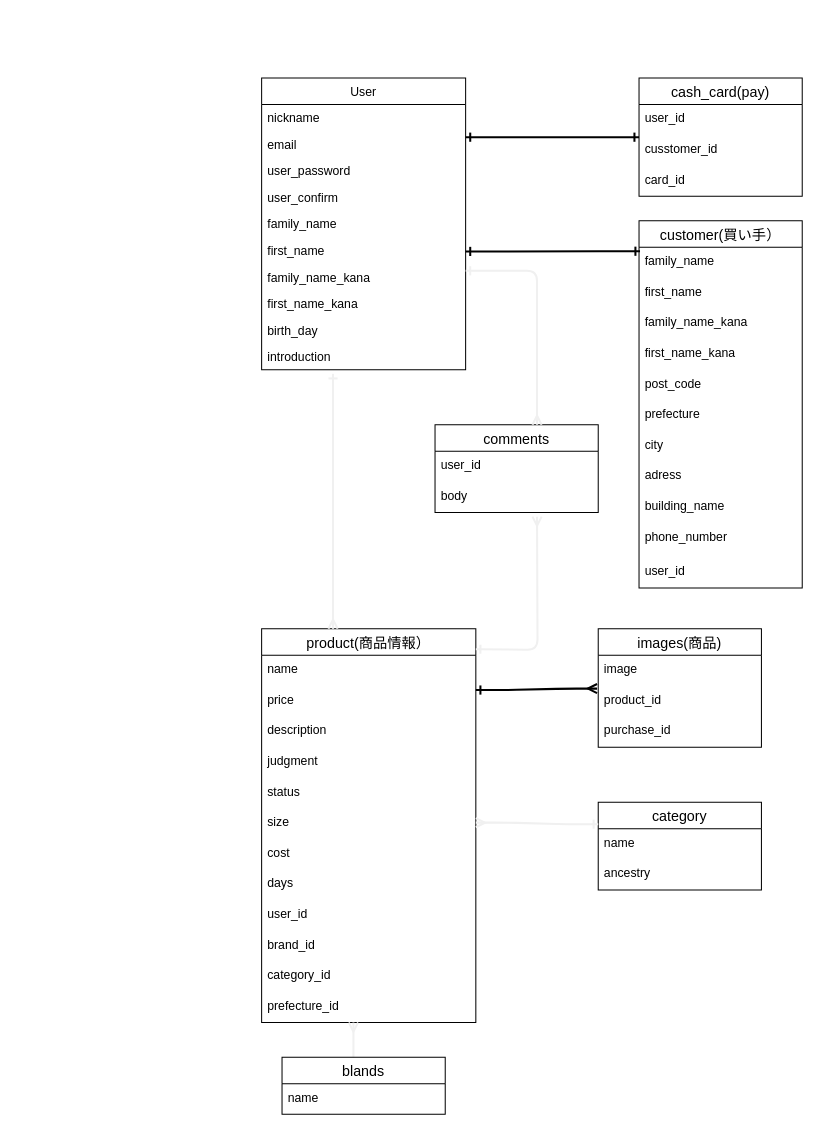
The draw.io diagram ER.dio in atsushi514/furima-32342, before the edit. Source tidied: cells renumbered, new cells numbered last; positions are measured from the earlier drawing's top-left corner, leaving out a move shared by most shapes. Both pictures are drawn from the tidied source at 102%, with x=0, y=0 at pixel (261, 78).
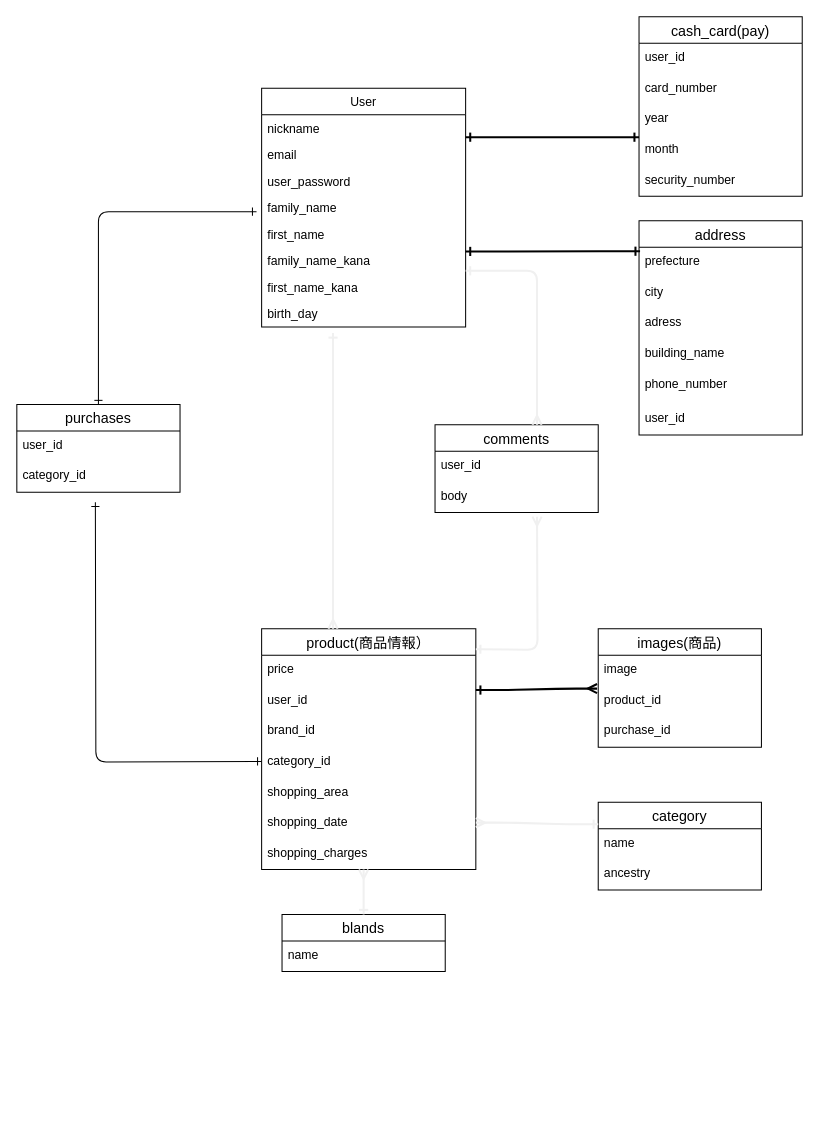
After the change.

Commit message (it also covers changes not shown here):
データベース設計変更

The edit, as a diff of the source:
```diff
@@
     <mxCell id="2" value="User" style="swimlane;fontStyle=0;horizontal=1;startSize=26;fillColor=none;" parent="1" vertex="1">
-      <mxGeometry width="200" height="286" as="geometry" />
+      <mxGeometry y="10" width="200" height="234" as="geometry" />
     </mxCell>
@@
-    <mxCell id="6" value="user_confirm&#10;" style="text;strokeColor=none;fillColor=none;align=left;verticalAlign=top;spacingLeft=4;spacingRight=4;overflow=hidden;" parent="2" vertex="1">
-      <mxGeometry y="104" width="200" height="26" as="geometry" />
-    </mxCell>
     <mxCell id="7" value="family_name" style="text;strokeColor=none;fillColor=none;align=left;verticalAlign=top;spacingLeft=4;spacingRight=4;overflow=hidden;" parent="2" vertex="1">
-      <mxGeometry y="130" width="200" height="26" as="geometry" />
+      <mxGeometry y="104" width="200" height="26" as="geometry" />
     </mxCell>
     <mxCell id="8" value="first_name" style="text;strokeColor=none;fillColor=none;align=left;verticalAlign=top;spacingLeft=4;spacingRight=4;overflow=hidden;" parent="2" vertex="1">
-      <mxGeometry y="156" width="200" height="26" as="geometry" />
+      <mxGeometry y="130" width="200" height="26" as="geometry" />
     </mxCell>
     <mxCell id="9" value="family_name_kana" style="text;strokeColor=none;fillColor=none;align=left;verticalAlign=top;spacingLeft=4;spacingRight=4;overflow=hidden;" parent="2" vertex="1">
-      <mxGeometry y="182" width="200" height="26" as="geometry" />
+      <mxGeometry y="156" width="200" height="26" as="geometry" />
     </mxCell>
     <mxCell id="10" value="first_name_kana" style="text;strokeColor=none;fillColor=none;align=left;verticalAlign=top;spacingLeft=4;spacingRight=4;overflow=hidden;" parent="2" vertex="1">
-      <mxGeometry y="208" width="200" height="26" as="geometry" />
+      <mxGeometry y="182" width="200" height="26" as="geometry" />
     </mxCell>
     <mxCell id="11" value="birth_day" style="text;strokeColor=none;fillColor=none;align=left;verticalAlign=top;spacingLeft=4;spacingRight=4;overflow=hidden;" parent="2" vertex="1">
-      <mxGeometry y="234" width="200" height="26" as="geometry" />
+      <mxGeometry y="208" width="200" height="26" as="geometry" />
     </mxCell>
-    <mxCell id="12" value="introduction" style="text;strokeColor=none;fillColor=none;align=left;verticalAlign=top;spacingLeft=4;spacingRight=4;overflow=hidden;" parent="2" vertex="1">
-      <mxGeometry y="260" width="200" height="26" as="geometry" />
-    </mxCell>
     <mxCell id="13" value="cash_card(pay)" style="swimlane;fontStyle=0;horizontal=1;startSize=26;align=center;fontSize=14;" parent="1" vertex="1">
-      <mxGeometry x="370" width="160" height="116" as="geometry" />
+      <mxGeometry x="370" y="-60" width="160" height="176" as="geometry" />
     </mxCell>
@@
-    <mxCell id="15" value="cusstomer_id" style="text;strokeColor=none;fillColor=none;spacingLeft=4;spacingRight=4;overflow=hidden;fontSize=12;" parent="13" vertex="1">
+    <mxCell id="15" value="card_number" style="text;strokeColor=none;fillColor=none;spacingLeft=4;spacingRight=4;overflow=hidden;fontSize=12;" parent="13" vertex="1">
       <mxGeometry y="56" width="160" height="30" as="geometry" />
     </mxCell>
-    <mxCell id="16" value="card_id" style="text;strokeColor=none;fillColor=none;spacingLeft=4;spacingRight=4;overflow=hidden;fontSize=12;" parent="13" vertex="1">
+    <mxCell id="16" value="year" style="text;strokeColor=none;fillColor=none;spacingLeft=4;spacingRight=4;overflow=hidden;fontSize=12;" parent="13" vertex="1">
       <mxGeometry y="86" width="160" height="30" as="geometry" />
     </mxCell>
+    <mxCell id="62" value="month" style="text;strokeColor=none;fillColor=none;spacingLeft=4;spacingRight=4;overflow=hidden;fontSize=12;" parent="13" vertex="1">
+      <mxGeometry y="116" width="160" height="30" as="geometry" />
+    </mxCell>
+    <mxCell id="63" value="security_number" style="text;strokeColor=none;fillColor=none;spacingLeft=4;spacingRight=4;overflow=hidden;fontSize=12;" parent="13" vertex="1">
+      <mxGeometry y="146" width="160" height="30" as="geometry" />
+    </mxCell>
@@
     <mxCell id="18" value="product(商品情報）" style="swimlane;fontStyle=0;horizontal=1;startSize=26;align=center;fontSize=14;" parent="1" vertex="1">
-      <mxGeometry y="540" width="210" height="386" as="geometry" />
+      <mxGeometry y="540" width="210" height="236" as="geometry" />
     </mxCell>
-    <mxCell id="19" value="name" style="text;strokeColor=none;fillColor=none;spacingLeft=4;spacingRight=4;overflow=hidden;fontSize=12;" parent="18" vertex="1">
-      <mxGeometry y="26" width="210" height="30" as="geometry" />
-    </mxCell>
     <mxCell id="20" value="price" style="text;strokeColor=none;fillColor=none;spacingLeft=4;spacingRight=4;overflow=hidden;fontSize=12;" parent="18" vertex="1">
-      <mxGeometry y="56" width="210" height="30" as="geometry" />
+      <mxGeometry y="26" width="210" height="30" as="geometry" />
     </mxCell>
-    <mxCell id="21" value="description" style="text;strokeColor=none;fillColor=none;spacingLeft=4;spacingRight=4;overflow=hidden;fontSize=12;" parent="18" vertex="1">
-      <mxGeometry y="86" width="210" height="30" as="geometry" />
-    </mxCell>
-    <mxCell id="22" value="judgment" style="text;strokeColor=none;fillColor=none;spacingLeft=4;spacingRight=4;overflow=hidden;fontSize=12;" parent="18" vertex="1">
-      <mxGeometry y="116" width="210" height="30" as="geometry" />
-    </mxCell>
-    <mxCell id="23" value="status" style="text;strokeColor=none;fillColor=none;spacingLeft=4;spacingRight=4;overflow=hidden;fontSize=12;" parent="18" vertex="1">
-      <mxGeometry y="146" width="210" height="30" as="geometry" />
-    </mxCell>
-    <mxCell id="24" value="size" style="text;strokeColor=none;fillColor=none;spacingLeft=4;spacingRight=4;overflow=hidden;fontSize=12;" parent="18" vertex="1">
-      <mxGeometry y="176" width="210" height="30" as="geometry" />
-    </mxCell>
-    <mxCell id="25" value="cost" style="text;strokeColor=none;fillColor=none;spacingLeft=4;spacingRight=4;overflow=hidden;fontSize=12;" parent="18" vertex="1">
-      <mxGeometry y="206" width="210" height="30" as="geometry" />
-    </mxCell>
-    <mxCell id="26" value="days" style="text;strokeColor=none;fillColor=none;spacingLeft=4;spacingRight=4;overflow=hidden;fontSize=12;" parent="18" vertex="1">
-      <mxGeometry y="236" width="210" height="30" as="geometry" />
-    </mxCell>
     <mxCell id="27" value="user_id" style="text;strokeColor=none;fillColor=none;spacingLeft=4;spacingRight=4;overflow=hidden;fontSize=12;" parent="18" vertex="1">
-      <mxGeometry y="266" width="210" height="30" as="geometry" />
+      <mxGeometry y="56" width="210" height="30" as="geometry" />
     </mxCell>
     <mxCell id="28" value="brand_id" style="text;strokeColor=none;fillColor=none;spacingLeft=4;spacingRight=4;overflow=hidden;fontSize=12;" parent="18" vertex="1">
-      <mxGeometry y="296" width="210" height="30" as="geometry" />
+      <mxGeometry y="86" width="210" height="30" as="geometry" />
     </mxCell>
     <mxCell id="29" value="category_id" style="text;strokeColor=none;fillColor=none;spacingLeft=4;spacingRight=4;overflow=hidden;fontSize=12;" parent="18" vertex="1">
-      <mxGeometry y="326" width="210" height="30" as="geometry" />
+      <mxGeometry y="116" width="210" height="30" as="geometry" />
     </mxCell>
-    <mxCell id="30" value="prefecture_id" style="text;strokeColor=none;fillColor=none;spacingLeft=4;spacingRight=4;overflow=hidden;fontSize=12;" parent="18" vertex="1">
-      <mxGeometry y="356" width="210" height="30" as="geometry" />
+    <mxCell id="30" value="shopping_area" style="text;strokeColor=none;fillColor=none;spacingLeft=4;spacingRight=4;overflow=hidden;fontSize=12;" parent="18" vertex="1">
+      <mxGeometry y="146" width="210" height="30" as="geometry" />
     </mxCell>
-    <mxCell id="31" style="fontSize=12;html=1;endArrow=ERmany;strokeColor=#f0f0f0;strokeWidth=2;startArrow=ERone;startFill=0;endFill=0;" parent="18" edge="1">
-      <mxGeometry relative="1" as="geometry">
-        <mxPoint x="90" y="430" as="sourcePoint" />
-        <mxPoint x="90" y="386" as="targetPoint" />
-        <Array as="points">
-          <mxPoint x="90" y="386" />
-        </Array>
-      </mxGeometry>
-    </mxCell>
+    <mxCell id="64" value="shopping_date" style="text;strokeColor=none;fillColor=none;spacingLeft=4;spacingRight=4;overflow=hidden;fontSize=12;" parent="18" vertex="1">
+      <mxGeometry y="176" width="210" height="30" as="geometry" />
+    </mxCell>
+    <mxCell id="65" value="shopping_charges" style="text;strokeColor=none;fillColor=none;spacingLeft=4;spacingRight=4;overflow=hidden;fontSize=12;" parent="18" vertex="1">
+      <mxGeometry y="206" width="210" height="30" as="geometry" />
+    </mxCell>
@@
     <mxCell id="39" value="blands" style="swimlane;fontStyle=0;horizontal=1;startSize=26;align=center;fontSize=14;" parent="1" vertex="1">
-      <mxGeometry x="20" y="960" width="160" height="56" as="geometry" />
+      <mxGeometry x="20" y="820" width="160" height="56" as="geometry" />
     </mxCell>
@@
-    <mxCell id="41" value="customer(買い手）" style="swimlane;fontStyle=0;horizontal=1;startSize=26;align=center;fontSize=14;" parent="1" vertex="1">
-      <mxGeometry x="370" y="140" width="160" height="360" as="geometry" />
+    <mxCell id="41" value="address" style="swimlane;fontStyle=0;horizontal=1;startSize=26;align=center;fontSize=14;" parent="1" vertex="1">
+      <mxGeometry x="370" y="140" width="160" height="210" as="geometry" />
     </mxCell>
-    <mxCell id="42" value="family_name" style="text;strokeColor=none;fillColor=none;spacingLeft=4;spacingRight=4;overflow=hidden;points=[[0,0.5],[1,0.5]];portConstraint=eastwest;fontSize=12;" parent="41" vertex="1">
-      <mxGeometry y="26" width="160" height="30" as="geometry" />
-    </mxCell>
-    <mxCell id="43" value="first_name" style="text;strokeColor=none;fillColor=none;spacingLeft=4;spacingRight=4;overflow=hidden;fontSize=12;" parent="41" vertex="1">
-      <mxGeometry y="56" width="160" height="30" as="geometry" />
-    </mxCell>
-    <mxCell id="44" value="family_name_kana" style="text;strokeColor=none;fillColor=none;spacingLeft=4;spacingRight=4;overflow=hidden;fontSize=12;" parent="41" vertex="1">
-      <mxGeometry y="86" width="160" height="30" as="geometry" />
-    </mxCell>
-    <mxCell id="45" value="first_name_kana" style="text;strokeColor=none;fillColor=none;spacingLeft=4;spacingRight=4;overflow=hidden;fontSize=12;" parent="41" vertex="1">
-      <mxGeometry y="116" width="160" height="30" as="geometry" />
-    </mxCell>
-    <mxCell id="46" value="post_code" style="text;strokeColor=none;fillColor=none;spacingLeft=4;spacingRight=4;overflow=hidden;fontSize=12;" parent="41" vertex="1">
-      <mxGeometry y="146" width="160" height="30" as="geometry" />
-    </mxCell>
     <mxCell id="47" value="prefecture" style="text;strokeColor=none;fillColor=none;spacingLeft=4;spacingRight=4;overflow=hidden;fontSize=12;" parent="41" vertex="1">
-      <mxGeometry y="176" width="160" height="30" as="geometry" />
+      <mxGeometry y="26" width="160" height="30" as="geometry" />
     </mxCell>
     <mxCell id="48" value="city" style="text;strokeColor=none;fillColor=none;spacingLeft=4;spacingRight=4;overflow=hidden;fontSize=12;" parent="41" vertex="1">
-      <mxGeometry y="206" width="160" height="30" as="geometry" />
+      <mxGeometry y="56" width="160" height="30" as="geometry" />
     </mxCell>
     <mxCell id="49" value="adress" style="text;strokeColor=none;fillColor=none;spacingLeft=4;spacingRight=4;overflow=hidden;fontSize=12;" parent="41" vertex="1">
-      <mxGeometry y="236" width="160" height="30" as="geometry" />
+      <mxGeometry y="86" width="160" height="30" as="geometry" />
     </mxCell>
     <mxCell id="50" value="building_name" style="text;strokeColor=none;fillColor=none;spacingLeft=4;spacingRight=4;overflow=hidden;fontSize=12;" parent="41" vertex="1">
-      <mxGeometry y="266" width="160" height="30" as="geometry" />
+      <mxGeometry y="116" width="160" height="30" as="geometry" />
     </mxCell>
     <mxCell id="51" value="phone_number" style="text;strokeColor=none;fillColor=none;spacingLeft=4;spacingRight=4;overflow=hidden;fontSize=12;" parent="41" vertex="1">
-      <mxGeometry y="296" width="160" height="34" as="geometry" />
+      <mxGeometry y="146" width="160" height="34" as="geometry" />
     </mxCell>
     <mxCell id="52" value="user_id" style="text;strokeColor=none;fillColor=none;spacingLeft=4;spacingRight=4;overflow=hidden;fontSize=12;" parent="41" vertex="1">
-      <mxGeometry y="330" width="160" height="30" as="geometry" />
+      <mxGeometry y="180" width="160" height="30" as="geometry" />
     </mxCell>
@@
-    <mxCell id="56" style="edgeStyle=entityRelationEdgeStyle;fontSize=12;html=1;endArrow=ERone;startArrow=ERone;entryX=0.006;entryY=0.127;entryDx=0;entryDy=0;entryPerimeter=0;startFill=0;endFill=0;strokeWidth=2;" parent="1" edge="1" target="42">
+    <mxCell id="56" style="edgeStyle=entityRelationEdgeStyle;fontSize=12;html=1;endArrow=ERone;startArrow=ERone;entryX=0.006;entryY=0.127;entryDx=0;entryDy=0;entryPerimeter=0;startFill=0;endFill=0;strokeWidth=2;" parent="1" edge="1">
       <mxGeometry relative="1" as="geometry">
         <mxPoint x="200" y="170" as="sourcePoint" />
+        <mxPoint x="371" y="169.8" as="targetPoint" />
       </mxGeometry>
     </mxCell>
@@
     <mxCell id="58" style="fontSize=12;html=1;endArrow=ERone;startArrow=ERmany;strokeColor=#f0f0f0;verticalAlign=middle;startFill=0;endFill=0;strokeWidth=2;" parent="1" edge="1">
       <mxGeometry relative="1" as="geometry">
         <mxPoint x="70" y="540" as="sourcePoint" />
-        <mxPoint x="70" y="290" as="targetPoint" />
+        <mxPoint x="70" y="250" as="targetPoint" />
       </mxGeometry>
     </mxCell>
@@
+    <mxCell id="66" value="purchases" style="swimlane;fontStyle=0;horizontal=1;startSize=26;align=center;fontSize=14;" parent="1" vertex="1">
+      <mxGeometry x="-240" y="320" width="160" height="86" as="geometry" />
+    </mxCell>
+    <mxCell id="67" value="user_id" style="text;strokeColor=none;fillColor=none;spacingLeft=4;spacingRight=4;overflow=hidden;fontSize=12;" parent="66" vertex="1">
+      <mxGeometry y="26" width="160" height="30" as="geometry" />
+    </mxCell>
+    <mxCell id="68" value="category_id" style="text;strokeColor=none;fillColor=none;spacingLeft=4;spacingRight=4;overflow=hidden;fontSize=12;" parent="66" vertex="1">
+      <mxGeometry y="56" width="160" height="30" as="geometry" />
+    </mxCell>
+    <mxCell id="69" style="fontSize=12;html=1;endArrow=ERone;endFill=1;startArrow=ERone;startFill=0;edgeStyle=orthogonalEdgeStyle;" parent="1" edge="1">
+      <mxGeometry relative="1" as="geometry">
+        <mxPoint y="670" as="sourcePoint" />
+        <mxPoint x="-163" y="416" as="targetPoint" />
+      </mxGeometry>
+    </mxCell>
+    <mxCell id="70" style="edgeStyle=orthogonalEdgeStyle;fontSize=12;html=1;endArrow=ERone;endFill=1;startArrow=ERone;startFill=0;" parent="1" edge="1">
+      <mxGeometry relative="1" as="geometry">
+        <mxPoint x="-160" y="320" as="sourcePoint" />
+        <mxPoint x="-5" y="131" as="targetPoint" />
+        <Array as="points">
+          <mxPoint x="-160" y="131" />
+        </Array>
+      </mxGeometry>
+    </mxCell>
+    <mxCell id="31" style="fontSize=12;html=1;endArrow=ERmany;strokeColor=#f0f0f0;strokeWidth=2;startArrow=ERone;startFill=0;endFill=0;" parent="1" edge="1">
+      <mxGeometry relative="1" as="geometry">
+        <mxPoint x="100" y="820" as="sourcePoint" />
+        <mxPoint x="100" y="776" as="targetPoint" />
+        <Array as="points">
+          <mxPoint x="100" y="776" />
+        </Array>
+      </mxGeometry>
+    </mxCell>
```
